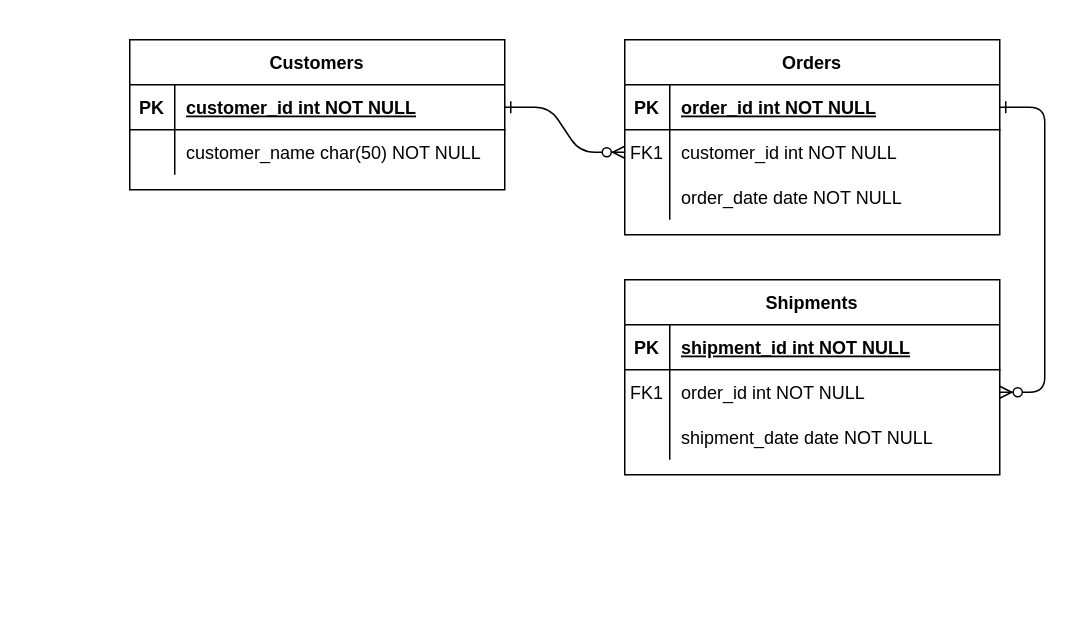
Above: Untitled Diagram.drawio in mahala777/diagramaejemplo (draw.io), before the change. Source tidied: cells renumbered, new cells numbered last; positions are measured from the earlier drawing's top-left corner, leaving out a move shared by most shapes. Both pictures are drawn from the tidied source at 150%, with x=0, y=0 at pixel (129, 39).
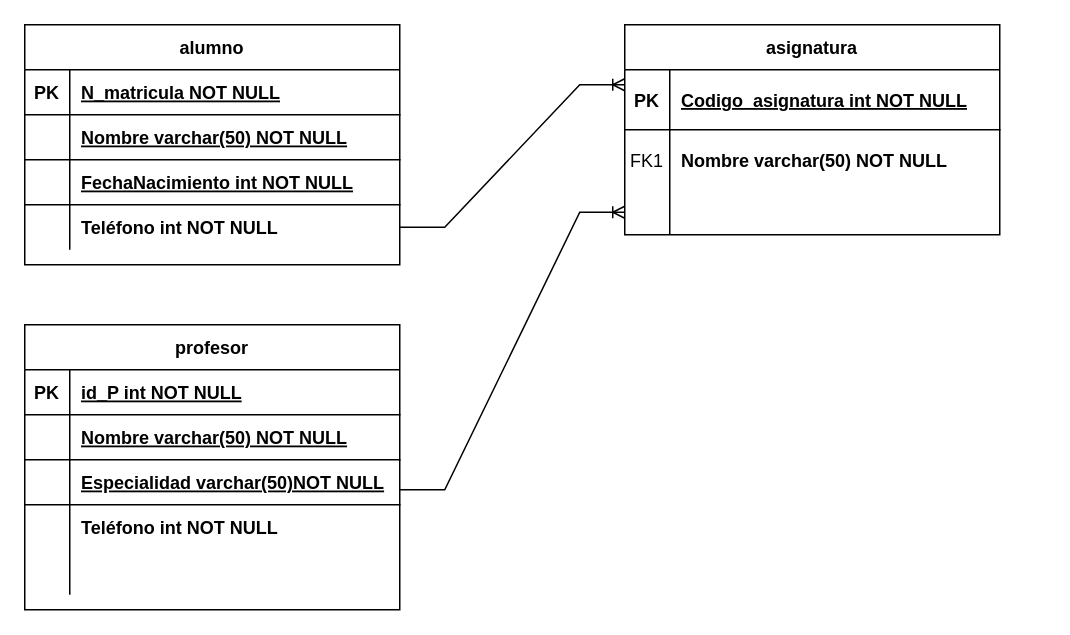
The same diagram, later.

Change to the diagram source:
```diff
@@
-    <mxCell id="2" style="edgeStyle=entityRelationEdgeStyle;endArrow=ERzeroToMany;startArrow=ERone;endFill=1;startFill=0;" parent="1" edge="1" source="25" target="8">
-      <mxGeometry relative="1" as="geometry" />
-    </mxCell>
-    <mxCell id="3" style="edgeStyle=entityRelationEdgeStyle;endArrow=ERzeroToMany;startArrow=ERone;endFill=1;startFill=0;" parent="1" edge="1" source="5" target="18">
-      <mxGeometry relative="1" as="geometry" />
-    </mxCell>
-    <mxCell id="4" value="Orders" style="shape=table;startSize=30;childLayout=tableLayout;rowLines=0;fontStyle=1;align=center;" parent="1" vertex="1">
-      <mxGeometry x="330" width="250" height="130" as="geometry" />
+    <mxCell id="4" value="asignatura" style="shape=table;startSize=30;childLayout=tableLayout;rowLines=0;fontStyle=1;align=center;" parent="1" vertex="1">
+      <mxGeometry x="330" y="-10" width="250" height="140" as="geometry" />
     </mxCell>
     <mxCell id="5" style="shape=partialRectangle;fillColor=none;points=[[0,0.5],[1,0.5]];portConstraint=eastwest;top=0;left=0;right=0;bottom=1;" parent="4" vertex="1">
-      <mxGeometry y="30" width="250" height="30" as="geometry" />
+      <mxGeometry y="30" width="250" height="40" as="geometry" />
     </mxCell>
     <mxCell id="6" value="PK" style="shape=partialRectangle;overflow=hidden;fillColor=none;top=0;left=0;bottom=0;right=0;fontStyle=1;" parent="5" vertex="1">
-      <mxGeometry width="30" height="30" as="geometry" />
+      <mxGeometry width="30" height="40" as="geometry" />
     </mxCell>
-    <mxCell id="7" value="order_id int NOT NULL " style="shape=partialRectangle;overflow=hidden;fillColor=none;top=0;left=0;bottom=0;right=0;align=left;spacingLeft=6;fontStyle=5;" parent="5" vertex="1">
-      <mxGeometry x="30" width="220" height="30" as="geometry" />
+    <mxCell id="7" value="Codigo_asignatura int NOT NULL" style="shape=partialRectangle;overflow=hidden;fillColor=none;top=0;left=0;bottom=0;right=0;align=left;spacingLeft=6;fontStyle=5;" parent="5" vertex="1">
+      <mxGeometry x="30" width="220" height="40" as="geometry" />
     </mxCell>
     <mxCell id="8" style="shape=partialRectangle;fillColor=none;points=[[0,0.5],[1,0.5]];portConstraint=eastwest;top=0;left=0;right=0;bottom=0;" parent="4" vertex="1">
-      <mxGeometry y="60" width="250" height="30" as="geometry" />
+      <mxGeometry y="70" width="250" height="40" as="geometry" />
     </mxCell>
     <mxCell id="9" value="FK1" style="shape=partialRectangle;overflow=hidden;fillColor=none;top=0;left=0;bottom=0;right=0;" parent="8" vertex="1">
-      <mxGeometry width="30" height="30" as="geometry" />
+      <mxGeometry width="30" height="40" as="geometry" />
     </mxCell>
-    <mxCell id="10" value="customer_id int NOT NULL" style="shape=partialRectangle;overflow=hidden;fillColor=none;top=0;left=0;bottom=0;right=0;align=left;spacingLeft=6;" parent="8" vertex="1">
-      <mxGeometry x="30" width="220" height="30" as="geometry" />
+    <mxCell id="10" value="Nombre varchar(50) NOT NULL" style="shape=partialRectangle;overflow=hidden;fillColor=none;top=0;left=0;bottom=0;right=0;align=left;spacingLeft=6;fontStyle=1;" parent="8" vertex="1">
+      <mxGeometry x="30" width="220" height="40" as="geometry" />
     </mxCell>
     <mxCell id="11" style="shape=partialRectangle;fillColor=none;points=[[0,0.5],[1,0.5]];portConstraint=eastwest;top=0;left=0;right=0;bottom=0;" parent="4" vertex="1">
-      <mxGeometry y="90" width="250" height="30" as="geometry" />
+      <mxGeometry y="110" width="250" height="30" as="geometry" />
     </mxCell>
@@
-    <mxCell id="13" value="order_date date NOT NULL" style="shape=partialRectangle;overflow=hidden;fillColor=none;top=0;left=0;bottom=0;right=0;align=left;spacingLeft=6;" parent="11" vertex="1">
+    <mxCell id="13" style="shape=partialRectangle;overflow=hidden;fillColor=none;top=0;left=0;bottom=0;right=0;align=left;spacingLeft=6;" parent="11" vertex="1">
       <mxGeometry x="30" width="220" height="30" as="geometry" />
     </mxCell>
-    <mxCell id="14" value="Shipments" style="shape=table;startSize=30;childLayout=tableLayout;rowLines=0;fontStyle=1;align=center;" parent="1" vertex="1">
-      <mxGeometry x="330" y="160" width="250" height="130" as="geometry" />
+    <mxCell id="14" value="profesor" style="shape=table;startSize=30;childLayout=tableLayout;rowLines=0;fontStyle=1;align=center;" parent="1" vertex="1">
+      <mxGeometry x="-70" y="190" width="250" height="190" as="geometry" />
     </mxCell>
+    <mxCell id="31" style="shape=partialRectangle;fillColor=none;top=0;left=0;right=0;bottom=1;" parent="14" vertex="1">
+      <mxGeometry y="30" width="250" height="30" as="geometry" />
+    </mxCell>
+    <mxCell id="32" value="PK" style="shape=partialRectangle;overflow=hidden;fillColor=none;top=0;left=0;bottom=0;right=0;fontStyle=1;" parent="31" vertex="1">
+      <mxGeometry width="30" height="30" as="geometry" />
+    </mxCell>
+    <mxCell id="33" value="id_P int NOT NULL" style="shape=partialRectangle;overflow=hidden;fillColor=none;top=0;left=0;bottom=0;right=0;align=left;spacingLeft=6;fontStyle=5;" parent="31" vertex="1">
+      <mxGeometry x="30" width="220" height="30" as="geometry" />
+    </mxCell>
+    <mxCell id="34" style="shape=partialRectangle;fillColor=none;top=0;left=0;right=0;bottom=1;" parent="14" vertex="1">
+      <mxGeometry y="60" width="250" height="30" as="geometry" />
+    </mxCell>
+    <mxCell id="35" style="shape=partialRectangle;overflow=hidden;fillColor=none;top=0;left=0;bottom=0;right=0;fontStyle=1;" parent="34" vertex="1">
+      <mxGeometry width="30" height="30" as="geometry" />
+    </mxCell>
+    <mxCell id="36" value="Nombre varchar(50) NOT NULL " style="shape=partialRectangle;overflow=hidden;fillColor=none;top=0;left=0;bottom=0;right=0;align=left;spacingLeft=6;fontStyle=5;" parent="34" vertex="1">
+      <mxGeometry x="30" width="220" height="30" as="geometry" />
+    </mxCell>
     <mxCell id="15" style="shape=partialRectangle;fillColor=none;top=0;left=0;right=0;bottom=1;" parent="14" vertex="1">
-      <mxGeometry y="30" width="250" height="30" as="geometry" />
+      <mxGeometry y="90" width="250" height="30" as="geometry" />
     </mxCell>
-    <mxCell id="16" value="PK" style="shape=partialRectangle;overflow=hidden;fillColor=none;top=0;left=0;bottom=0;right=0;fontStyle=1;" parent="15" vertex="1">
+    <mxCell id="16" style="shape=partialRectangle;overflow=hidden;fillColor=none;top=0;left=0;bottom=0;right=0;fontStyle=1;" parent="15" vertex="1">
       <mxGeometry width="30" height="30" as="geometry" />
     </mxCell>
-    <mxCell id="17" value="shipment_id int NOT NULL " style="shape=partialRectangle;overflow=hidden;fillColor=none;top=0;left=0;bottom=0;right=0;align=left;spacingLeft=6;fontStyle=5;" parent="15" vertex="1">
+    <mxCell id="17" value="Especialidad varchar(50)NOT NULL " style="shape=partialRectangle;overflow=hidden;fillColor=none;top=0;left=0;bottom=0;right=0;align=left;spacingLeft=6;fontStyle=5;" parent="15" vertex="1">
       <mxGeometry x="30" width="220" height="30" as="geometry" />
     </mxCell>
     <mxCell id="18" style="shape=partialRectangle;fillColor=none;points=[[0,0.5],[1,0.5]];portConstraint=eastwest;top=0;left=0;right=0;bottom=0;" parent="14" vertex="1">
-      <mxGeometry y="60" width="250" height="30" as="geometry" />
+      <mxGeometry y="120" width="250" height="30" as="geometry" />
     </mxCell>
-    <mxCell id="19" value="FK1" style="shape=partialRectangle;overflow=hidden;fillColor=none;top=0;left=0;bottom=0;right=0;" parent="18" vertex="1">
+    <mxCell id="19" style="shape=partialRectangle;overflow=hidden;fillColor=none;top=0;left=0;bottom=0;right=0;" parent="18" vertex="1">
       <mxGeometry width="30" height="30" as="geometry" />
     </mxCell>
-    <mxCell id="20" value="order_id int NOT NULL" style="shape=partialRectangle;overflow=hidden;fillColor=none;top=0;left=0;bottom=0;right=0;align=left;spacingLeft=6;" parent="18" vertex="1">
+    <mxCell id="20" value="Teléfono int NOT NULL " style="shape=partialRectangle;overflow=hidden;fillColor=none;top=0;left=0;bottom=0;right=0;align=left;spacingLeft=6;fontStyle=1;" parent="18" vertex="1">
       <mxGeometry x="30" width="220" height="30" as="geometry" />
     </mxCell>
     <mxCell id="21" style="shape=partialRectangle;fillColor=none;top=0;left=0;right=0;bottom=0;" parent="14" vertex="1">
-      <mxGeometry y="90" width="250" height="30" as="geometry" />
+      <mxGeometry y="150" width="250" height="30" as="geometry" />
     </mxCell>
@@
-    <mxCell id="23" value="shipment_date date NOT NULL" style="shape=partialRectangle;overflow=hidden;fillColor=none;top=0;left=0;bottom=0;right=0;align=left;spacingLeft=6;" parent="21" vertex="1">
+    <mxCell id="23" style="shape=partialRectangle;overflow=hidden;fillColor=none;top=0;left=0;bottom=0;right=0;align=left;spacingLeft=6;" parent="21" vertex="1">
       <mxGeometry x="30" width="220" height="30" as="geometry" />
     </mxCell>
-    <mxCell id="24" value="Customers" style="shape=table;startSize=30;childLayout=tableLayout;rowLines=0;fontStyle=1;align=center;" parent="1" vertex="1">
-      <mxGeometry width="250" height="100" as="geometry" />
+    <mxCell id="24" value="alumno" style="shape=table;startSize=30;childLayout=tableLayout;rowLines=0;fontStyle=1;align=center;" parent="1" vertex="1">
+      <mxGeometry x="-70" y="-10" width="250" height="160" as="geometry" />
     </mxCell>
+    <mxCell id="37" style="shape=partialRectangle;fillColor=none;top=0;left=0;right=0;bottom=1;" parent="24" vertex="1">
+      <mxGeometry y="30" width="250" height="30" as="geometry" />
+    </mxCell>
+    <mxCell id="38" value="PK" style="shape=partialRectangle;overflow=hidden;fillColor=none;top=0;left=0;bottom=0;right=0;fontStyle=1;" parent="37" vertex="1">
+      <mxGeometry width="30" height="30" as="geometry" />
+    </mxCell>
+    <mxCell id="39" value="N_matricula NOT NULL " style="shape=partialRectangle;overflow=hidden;fillColor=none;top=0;left=0;bottom=0;right=0;align=left;spacingLeft=6;fontStyle=5;" parent="37" vertex="1">
+      <mxGeometry x="30" width="220" height="30" as="geometry" />
+    </mxCell>
+    <mxCell id="40" style="shape=partialRectangle;fillColor=none;top=0;left=0;right=0;bottom=1;" parent="24" vertex="1">
+      <mxGeometry y="60" width="250" height="30" as="geometry" />
+    </mxCell>
+    <mxCell id="41" style="shape=partialRectangle;overflow=hidden;fillColor=none;top=0;left=0;bottom=0;right=0;fontStyle=1;" parent="40" vertex="1">
+      <mxGeometry width="30" height="30" as="geometry" />
+    </mxCell>
+    <mxCell id="42" value="Nombre varchar(50) NOT NULL" style="shape=partialRectangle;overflow=hidden;fillColor=none;top=0;left=0;bottom=0;right=0;align=left;spacingLeft=6;fontStyle=5;" parent="40" vertex="1">
+      <mxGeometry x="30" width="220" height="30" as="geometry" />
+    </mxCell>
     <mxCell id="25" style="shape=partialRectangle;fillColor=none;points=[[0,0.5],[1,0.5]];portConstraint=eastwest;top=0;left=0;right=0;bottom=1;" parent="24" vertex="1">
-      <mxGeometry y="30" width="250" height="30" as="geometry" />
+      <mxGeometry y="90" width="250" height="30" as="geometry" />
     </mxCell>
-    <mxCell id="26" value="PK" style="shape=partialRectangle;overflow=hidden;fillColor=none;top=0;left=0;bottom=0;right=0;fontStyle=1;" parent="25" vertex="1">
+    <mxCell id="26" style="shape=partialRectangle;overflow=hidden;fillColor=none;top=0;left=0;bottom=0;right=0;fontStyle=1;" parent="25" vertex="1">
       <mxGeometry width="30" height="30" as="geometry" />
     </mxCell>
-    <mxCell id="27" value="customer_id int NOT NULL " style="shape=partialRectangle;overflow=hidden;fillColor=none;top=0;left=0;bottom=0;right=0;align=left;spacingLeft=6;fontStyle=5;" parent="25" vertex="1">
+    <mxCell id="27" value="FechaNacimiento int NOT NULL " style="shape=partialRectangle;overflow=hidden;fillColor=none;top=0;left=0;bottom=0;right=0;align=left;spacingLeft=6;fontStyle=5;" parent="25" vertex="1">
       <mxGeometry x="30" width="220" height="30" as="geometry" />
     </mxCell>
     <mxCell id="28" style="shape=partialRectangle;fillColor=none;points=[[0,0.5],[1,0.5]];portConstraint=eastwest;top=0;left=0;right=0;bottom=0;" parent="24" vertex="1">
-      <mxGeometry y="60" width="250" height="30" as="geometry" />
+      <mxGeometry y="120" width="250" height="30" as="geometry" />
     </mxCell>
@@
-    <mxCell id="30" value="customer_name char(50) NOT NULL" style="shape=partialRectangle;overflow=hidden;fillColor=none;top=0;left=0;bottom=0;right=0;align=left;spacingLeft=6;" parent="28" vertex="1">
+    <mxCell id="30" value="Teléfono int NOT NULL" style="shape=partialRectangle;overflow=hidden;fillColor=none;top=0;left=0;bottom=0;right=0;align=left;spacingLeft=6;fontStyle=1;" parent="28" vertex="1">
       <mxGeometry x="30" width="220" height="30" as="geometry" />
     </mxCell>
+    <mxCell id="43" style="edgeStyle=entityRelationEdgeStyle;fontSize=12;html=1;endArrow=ERoneToMany;rounded=0;" parent="1" edge="1" source="28">
+      <mxGeometry relative="1" as="geometry">
+        <mxPoint x="330" y="30" as="targetPoint" />
+      </mxGeometry>
+    </mxCell>
+    <mxCell id="44" style="edgeStyle=entityRelationEdgeStyle;fontSize=12;html=1;endArrow=ERoneToMany;rounded=0;" parent="1" edge="1" target="11">
+      <mxGeometry relative="1" as="geometry">
+        <mxPoint x="180" y="300" as="sourcePoint" />
+      </mxGeometry>
+    </mxCell>
```
